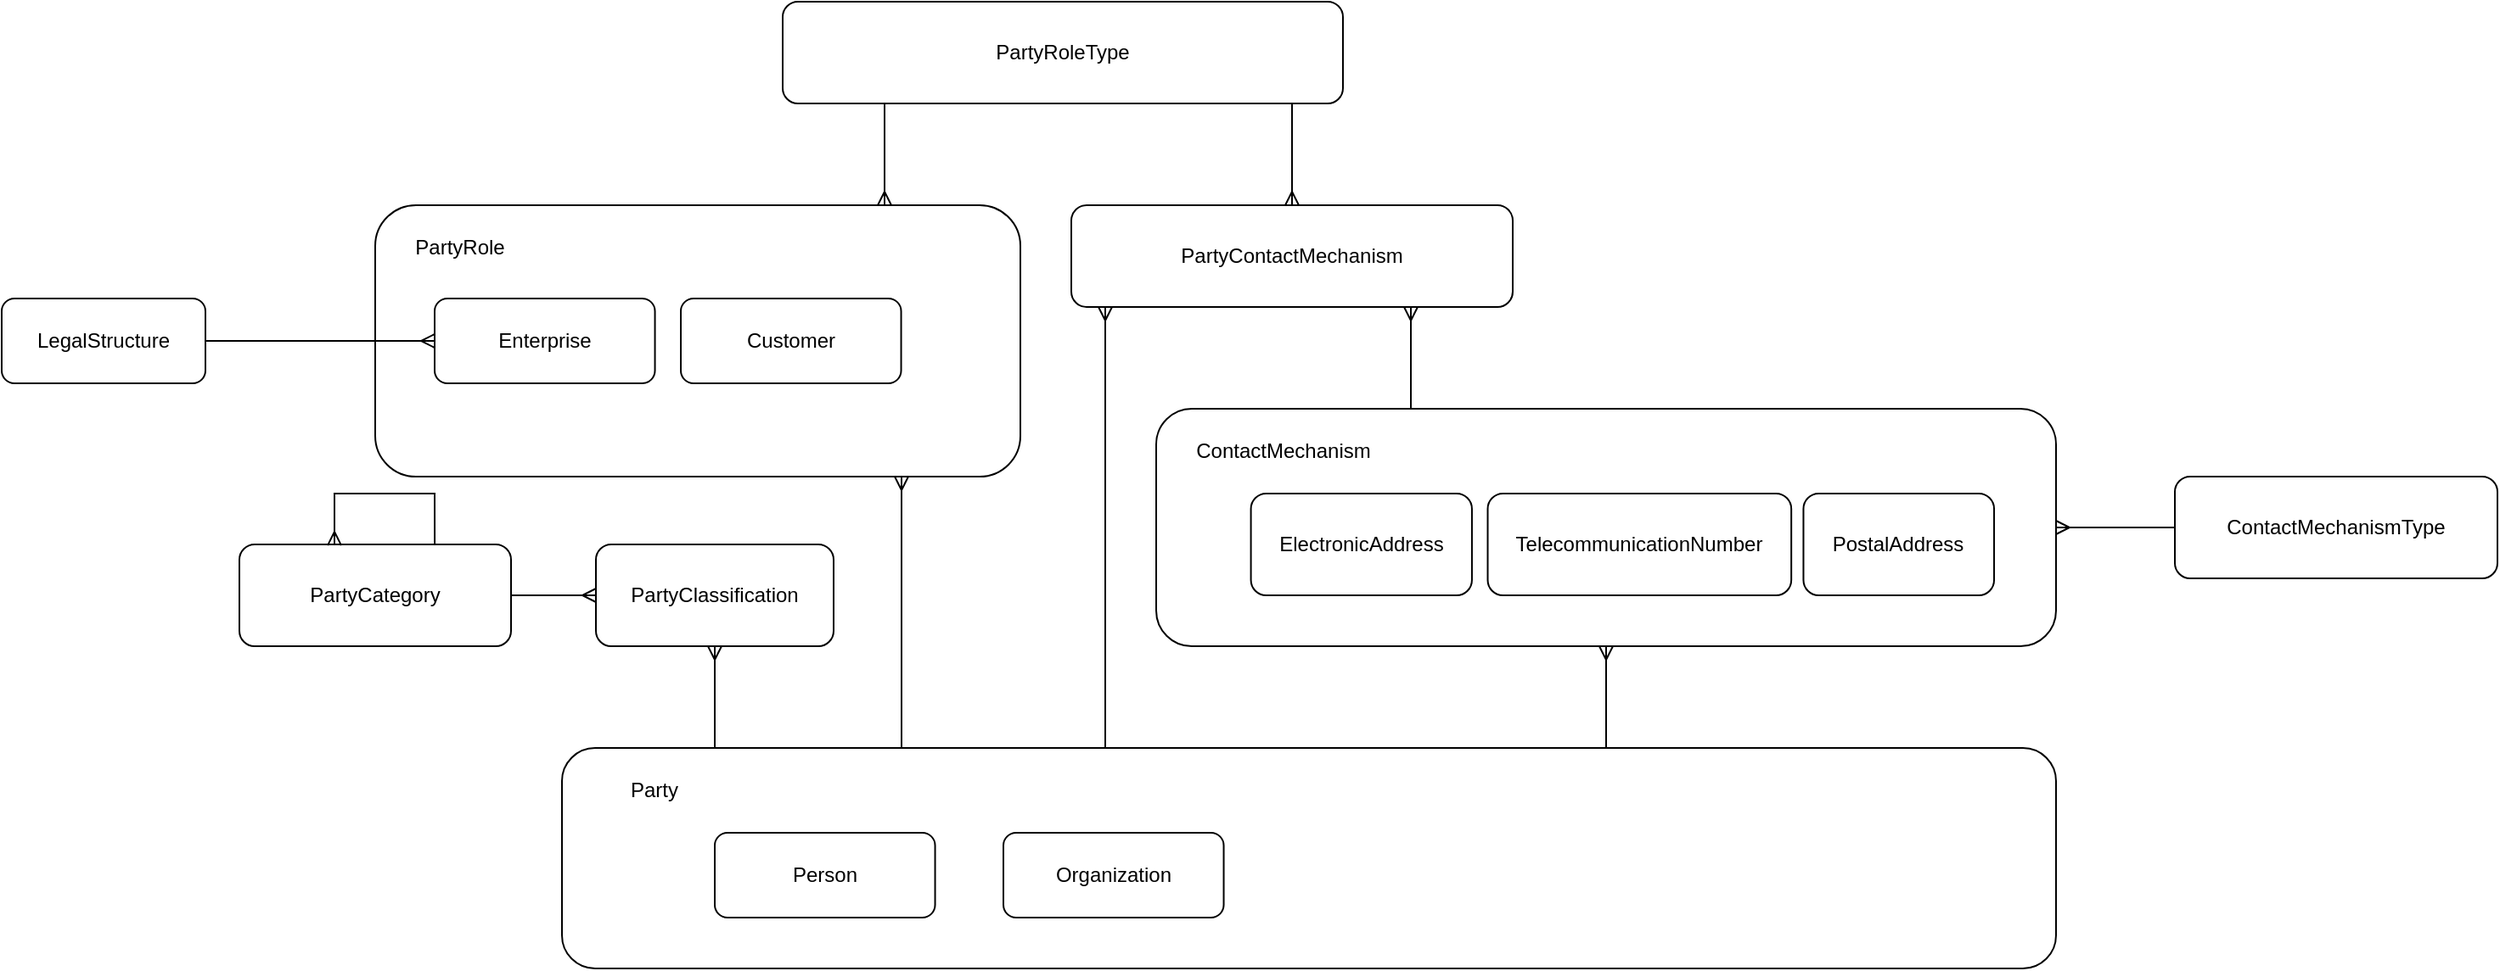
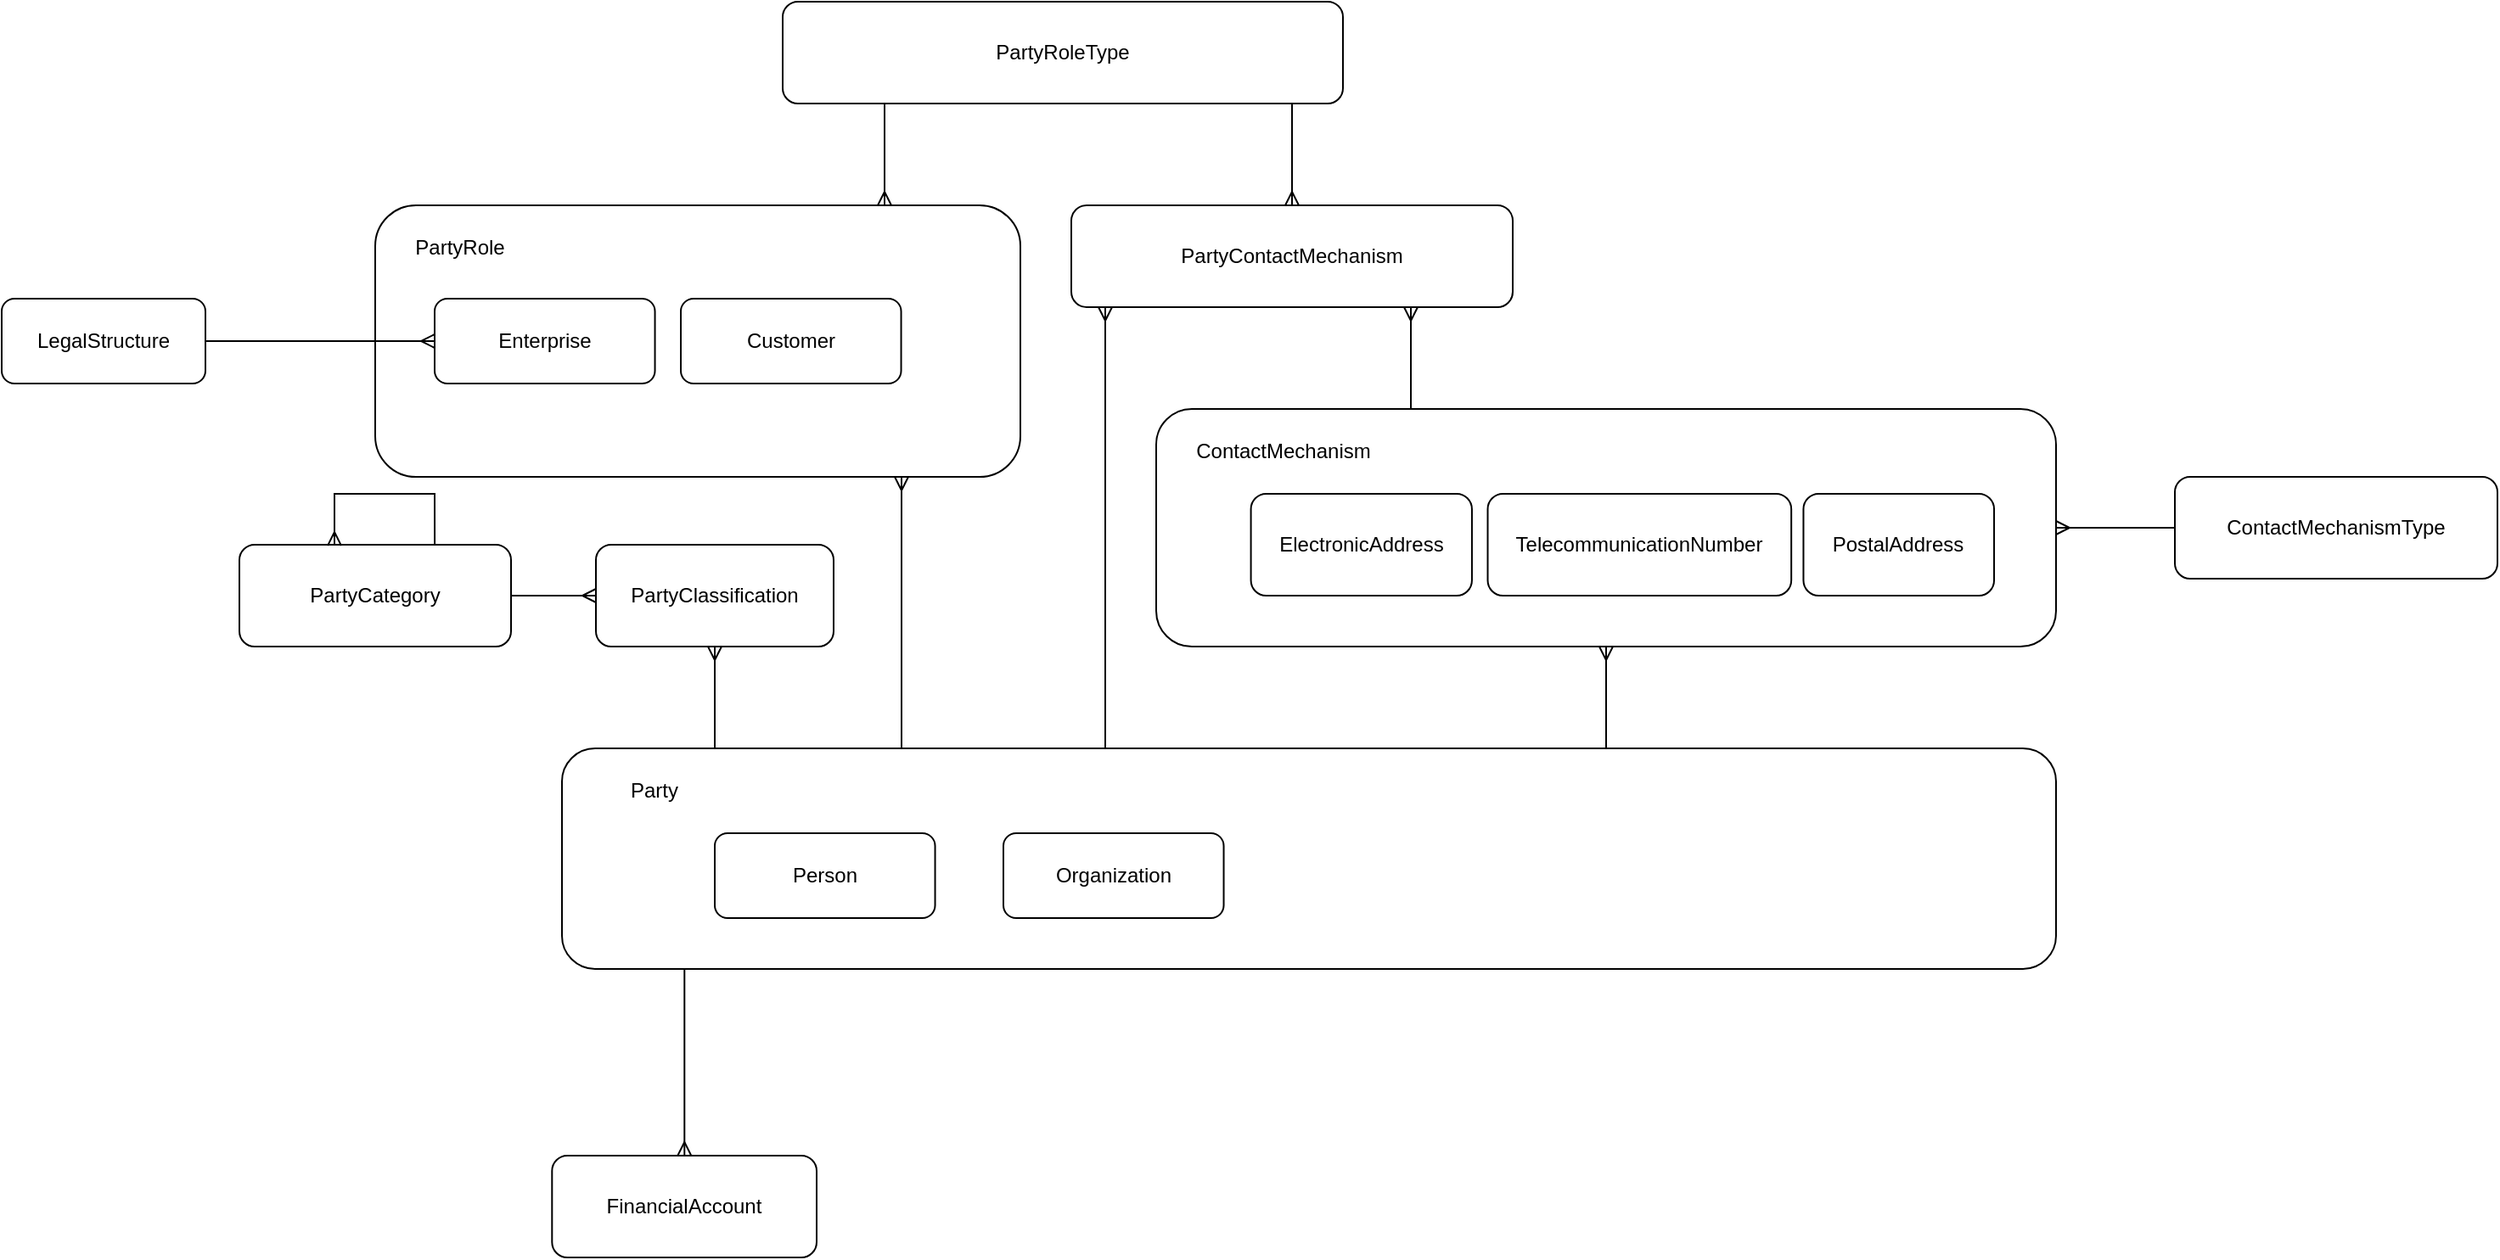
<mxfile host="app.diagrams.net" agent="Mozilla/5.0 (Windows NT 10.0; Win64; x64) AppleWebKit/537.36 (KHTML, like Gecko) Chrome/141.0.0.0 Safari/537.36" version="28.2.9">
  <diagram name="Page-1" id="d0nJ6Fx9cUZLMqGtfM0H">
-     <mxGraphModel dx="2339" dy="1989" grid="1" gridSize="10" guides="1" tooltips="1" connect="1" arrows="1" fold="1" page="1" pageScale="1" pageWidth="850" pageHeight="1100" math="0" shadow="0">
+     <mxGraphModel dx="2076" dy="1832" grid="1" gridSize="10" guides="1" tooltips="1" connect="1" arrows="1" fold="1" page="1" pageScale="1" pageWidth="850" pageHeight="1100" math="0" shadow="0">
      <root>
        <mxCell id="0" />
        <mxCell id="1" parent="0" />
        <mxCell id="tdPrWEJd15tEannaNgth-4" style="edgeStyle=orthogonalEdgeStyle;rounded=0;orthogonalLoop=1;jettySize=auto;html=1;startArrow=ERmany;startFill=0;endArrow=none;endFill=0;" edge="1" parent="1" source="tdPrWEJd15tEannaNgth-2" target="tdPrWEJd15tEannaNgth-3">
          <mxGeometry relative="1" as="geometry" />
        </mxCell>
        <mxCell id="tdPrWEJd15tEannaNgth-3" value="ContactMechanismType" style="rounded=1;whiteSpace=wrap;html=1;" vertex="1" parent="1">
          <mxGeometry x="600" y="250" width="190" height="60" as="geometry" />
        </mxCell>
        <mxCell id="tdPrWEJd15tEannaNgth-13" value="PartyRoleType" style="rounded=1;whiteSpace=wrap;html=1;" vertex="1" parent="1">
          <mxGeometry x="-220" y="-30" width="330" height="60" as="geometry" />
        </mxCell>
        <mxCell id="tdPrWEJd15tEannaNgth-14" style="edgeStyle=orthogonalEdgeStyle;rounded=0;orthogonalLoop=1;jettySize=auto;html=1;startArrow=ERmany;startFill=0;endArrow=none;endFill=0;" edge="1" parent="1" source="tdPrWEJd15tEannaNgth-15" target="tdPrWEJd15tEannaNgth-13">
          <mxGeometry relative="1" as="geometry">
            <mxPoint x="730" y="420" as="sourcePoint" />
            <mxPoint x="730" y="340" as="targetPoint" />
            <Array as="points">
              <mxPoint x="50" y="20" />
              <mxPoint x="50" y="20" />
            </Array>
          </mxGeometry>
        </mxCell>
        <mxCell id="tdPrWEJd15tEannaNgth-15" value="PartyContactMechanism" style="rounded=1;whiteSpace=wrap;html=1;" vertex="1" parent="1">
          <mxGeometry x="-50" y="90" width="260" height="60" as="geometry" />
        </mxCell>
        <mxCell id="tdPrWEJd15tEannaNgth-18" style="edgeStyle=orthogonalEdgeStyle;rounded=0;orthogonalLoop=1;jettySize=auto;html=1;startArrow=ERmany;startFill=0;endArrow=none;endFill=0;" edge="1" parent="1" source="tdPrWEJd15tEannaNgth-15">
          <mxGeometry relative="1" as="geometry">
            <mxPoint x="-30.00117647058829" y="130" as="sourcePoint" />
            <mxPoint x="-30.00117647058829" y="410" as="targetPoint" />
            <Array as="points">
              <mxPoint x="-30" y="210" />
              <mxPoint x="-30" y="210" />
            </Array>
          </mxGeometry>
        </mxCell>
        <mxCell id="tdPrWEJd15tEannaNgth-19" value="" style="group" vertex="1" connectable="0" parent="1">
          <mxGeometry y="210" width="530" height="140" as="geometry" />
        </mxCell>
        <mxCell id="tdPrWEJd15tEannaNgth-2" value="" style="rounded=1;whiteSpace=wrap;html=1;" vertex="1" parent="tdPrWEJd15tEannaNgth-19">
          <mxGeometry width="530" height="140" as="geometry" />
        </mxCell>
        <mxCell id="tdPrWEJd15tEannaNgth-5" value="ElectronicAddress" style="rounded=1;whiteSpace=wrap;html=1;" vertex="1" parent="tdPrWEJd15tEannaNgth-19">
          <mxGeometry x="55.78947368421052" y="50" width="130.17543859649123" height="60" as="geometry" />
        </mxCell>
        <mxCell id="tdPrWEJd15tEannaNgth-6" value="TelecommunicationNumber" style="rounded=1;whiteSpace=wrap;html=1;" vertex="1" parent="tdPrWEJd15tEannaNgth-19">
          <mxGeometry x="195.26315789473682" y="50" width="178.81456140350878" height="60" as="geometry" />
        </mxCell>
        <mxCell id="tdPrWEJd15tEannaNgth-7" value="ContactMechanism" style="text;html=1;whiteSpace=wrap;strokeColor=none;fillColor=none;align=center;verticalAlign=middle;rounded=0;" vertex="1" parent="tdPrWEJd15tEannaNgth-19">
          <mxGeometry x="27.896882591093107" y="10" width="94.41295546558705" height="30" as="geometry" />
        </mxCell>
        <mxCell id="tdPrWEJd15tEannaNgth-8" value="PostalAddress" style="rounded=1;whiteSpace=wrap;html=1;" vertex="1" parent="tdPrWEJd15tEannaNgth-19">
          <mxGeometry x="381.2280701754386" y="50" width="112.29491228070175" height="60" as="geometry" />
        </mxCell>
        <mxCell id="tdPrWEJd15tEannaNgth-20" style="edgeStyle=orthogonalEdgeStyle;rounded=0;orthogonalLoop=1;jettySize=auto;html=1;startArrow=ERmany;startFill=0;endArrow=none;endFill=0;" edge="1" parent="1" source="tdPrWEJd15tEannaNgth-15" target="tdPrWEJd15tEannaNgth-2">
          <mxGeometry relative="1" as="geometry">
            <mxPoint x="370" y="120" as="sourcePoint" />
            <mxPoint x="370" y="430" as="targetPoint" />
            <Array as="points">
              <mxPoint x="150" y="160" />
              <mxPoint x="150" y="160" />
            </Array>
          </mxGeometry>
        </mxCell>
        <mxCell id="tdPrWEJd15tEannaNgth-21" style="edgeStyle=orthogonalEdgeStyle;rounded=0;orthogonalLoop=1;jettySize=auto;html=1;startArrow=ERmany;startFill=0;endArrow=none;endFill=0;" edge="1" parent="1" source="tdPrWEJd15tEannaNgth-2" target="tdPrWEJd15tEannaNgth-1">
          <mxGeometry relative="1" as="geometry">
            <mxPoint x="240" y="400" as="sourcePoint" />
            <mxPoint x="240" y="470" as="targetPoint" />
            <Array as="points">
              <mxPoint x="305" y="420" />
              <mxPoint x="305" y="420" />
            </Array>
          </mxGeometry>
        </mxCell>
        <mxCell id="tdPrWEJd15tEannaNgth-22" value="LegalStructure" style="rounded=1;whiteSpace=wrap;html=1;" vertex="1" parent="1">
          <mxGeometry x="-680" y="145" width="120" height="50" as="geometry" />
        </mxCell>
        <mxCell id="tdPrWEJd15tEannaNgth-27" value="PartyClassification" style="rounded=1;whiteSpace=wrap;html=1;" vertex="1" parent="1">
          <mxGeometry x="-330" y="290" width="140" height="60" as="geometry" />
        </mxCell>
        <mxCell id="tdPrWEJd15tEannaNgth-28" value="PartyCategory" style="rounded=1;whiteSpace=wrap;html=1;" vertex="1" parent="1">
          <mxGeometry x="-540" y="290" width="160" height="60" as="geometry" />
        </mxCell>
        <mxCell id="tdPrWEJd15tEannaNgth-31" style="edgeStyle=orthogonalEdgeStyle;rounded=0;orthogonalLoop=1;jettySize=auto;html=1;startArrow=ERmany;startFill=0;endArrow=none;endFill=0;" edge="1" parent="1" source="tdPrWEJd15tEannaNgth-27" target="tdPrWEJd15tEannaNgth-1">
          <mxGeometry relative="1" as="geometry">
            <mxPoint x="-260" y="180" as="sourcePoint" />
            <mxPoint x="-260" y="250" as="targetPoint" />
            <Array as="points">
              <mxPoint x="-260" y="370" />
              <mxPoint x="-260" y="370" />
            </Array>
          </mxGeometry>
        </mxCell>
        <mxCell id="tdPrWEJd15tEannaNgth-32" style="edgeStyle=orthogonalEdgeStyle;rounded=0;orthogonalLoop=1;jettySize=auto;html=1;startArrow=ERmany;startFill=0;endArrow=none;endFill=0;" edge="1" parent="1" source="tdPrWEJd15tEannaNgth-27" target="tdPrWEJd15tEannaNgth-28">
          <mxGeometry relative="1" as="geometry">
            <mxPoint x="-230" y="200" as="sourcePoint" />
            <mxPoint x="-230" y="270" as="targetPoint" />
            <Array as="points" />
          </mxGeometry>
        </mxCell>
        <mxCell id="tdPrWEJd15tEannaNgth-33" style="edgeStyle=orthogonalEdgeStyle;rounded=0;orthogonalLoop=1;jettySize=auto;html=1;startArrow=ERmany;startFill=0;endArrow=none;endFill=0;exitX=0.35;exitY=0.009;exitDx=0;exitDy=0;exitPerimeter=0;entryX=0.719;entryY=0;entryDx=0;entryDy=0;entryPerimeter=0;" edge="1" parent="1" source="tdPrWEJd15tEannaNgth-28" target="tdPrWEJd15tEannaNgth-28">
          <mxGeometry relative="1" as="geometry">
            <mxPoint x="-485" y="280" as="sourcePoint" />
            <mxPoint x="-425" y="280" as="targetPoint" />
            <Array as="points">
              <mxPoint x="-484" y="260" />
              <mxPoint x="-425" y="260" />
            </Array>
          </mxGeometry>
        </mxCell>
        <mxCell id="tdPrWEJd15tEannaNgth-35" value="" style="rounded=1;whiteSpace=wrap;html=1;" vertex="1" parent="1">
          <mxGeometry x="-460" y="90" width="380" height="160" as="geometry" />
        </mxCell>
        <mxCell id="tdPrWEJd15tEannaNgth-37" style="edgeStyle=orthogonalEdgeStyle;rounded=0;orthogonalLoop=1;jettySize=auto;html=1;startArrow=ERmany;startFill=0;endArrow=none;endFill=0;" edge="1" parent="1" source="tdPrWEJd15tEannaNgth-35" target="tdPrWEJd15tEannaNgth-1">
          <mxGeometry relative="1" as="geometry">
            <mxPoint x="-130" y="350" as="sourcePoint" />
            <mxPoint x="-130" y="420" as="targetPoint" />
            <Array as="points">
              <mxPoint x="-150" y="260" />
              <mxPoint x="-150" y="260" />
            </Array>
          </mxGeometry>
        </mxCell>
        <mxCell id="tdPrWEJd15tEannaNgth-38" style="edgeStyle=orthogonalEdgeStyle;rounded=0;orthogonalLoop=1;jettySize=auto;html=1;startArrow=ERmany;startFill=0;endArrow=none;endFill=0;" edge="1" parent="1" source="tdPrWEJd15tEannaNgth-35" target="tdPrWEJd15tEannaNgth-13">
          <mxGeometry relative="1" as="geometry">
            <mxPoint x="-150" y="160" as="sourcePoint" />
            <mxPoint x="-150" y="10" as="targetPoint" />
            <Array as="points">
              <mxPoint x="-160" y="50" />
              <mxPoint x="-160" y="50" />
            </Array>
          </mxGeometry>
        </mxCell>
        <mxCell id="tdPrWEJd15tEannaNgth-1" value="" style="rounded=1;whiteSpace=wrap;html=1;" vertex="1" parent="1">
          <mxGeometry x="-350" y="410" width="880" height="130" as="geometry" />
        </mxCell>
        <mxCell id="tdPrWEJd15tEannaNgth-9" value="Party" style="text;html=1;whiteSpace=wrap;strokeColor=none;fillColor=none;align=center;verticalAlign=middle;rounded=0;" vertex="1" parent="1">
          <mxGeometry x="-336.46153846153845" y="420" width="81.23076923076923" height="30" as="geometry" />
        </mxCell>
        <mxCell id="tdPrWEJd15tEannaNgth-17" value="Enterprise" style="rounded=1;whiteSpace=wrap;html=1;" vertex="1" parent="1">
          <mxGeometry x="-424.99999999999994" y="145" width="129.77" height="50" as="geometry" />
        </mxCell>
        <mxCell id="tdPrWEJd15tEannaNgth-40" value="PartyRole" style="text;html=1;whiteSpace=wrap;strokeColor=none;fillColor=none;align=center;verticalAlign=middle;rounded=0;" vertex="1" parent="1">
          <mxGeometry x="-440" y="100" width="60" height="30" as="geometry" />
        </mxCell>
        <mxCell id="tdPrWEJd15tEannaNgth-42" style="edgeStyle=orthogonalEdgeStyle;rounded=0;orthogonalLoop=1;jettySize=auto;html=1;startArrow=ERmany;startFill=0;endArrow=none;endFill=0;" edge="1" parent="1" source="tdPrWEJd15tEannaNgth-17" target="tdPrWEJd15tEannaNgth-22">
          <mxGeometry relative="1" as="geometry">
            <mxPoint x="-90" y="310" as="sourcePoint" />
            <mxPoint x="-90" y="470" as="targetPoint" />
            <Array as="points" />
          </mxGeometry>
        </mxCell>
        <mxCell id="tdPrWEJd15tEannaNgth-43" value="Customer" style="rounded=1;whiteSpace=wrap;html=1;" vertex="1" parent="1">
          <mxGeometry x="-280" y="145" width="129.77" height="50" as="geometry" />
        </mxCell>
        <mxCell id="tdPrWEJd15tEannaNgth-44" value="Person" style="rounded=1;whiteSpace=wrap;html=1;" vertex="1" parent="1">
          <mxGeometry x="-260" y="460" width="129.77" height="50" as="geometry" />
        </mxCell>
        <mxCell id="tdPrWEJd15tEannaNgth-45" value="Organization" style="rounded=1;whiteSpace=wrap;html=1;" vertex="1" parent="1">
          <mxGeometry x="-90" y="460" width="129.77" height="50" as="geometry" />
        </mxCell>
+         <mxCell id="tdPrWEJd15tEannaNgth-46" value="FinancialAccount" style="rounded=1;whiteSpace=wrap;html=1;" vertex="1" parent="1">
+           <mxGeometry x="-355.85" y="650" width="155.85" height="60" as="geometry" />
+         </mxCell>
+         <mxCell id="tdPrWEJd15tEannaNgth-47" style="edgeStyle=orthogonalEdgeStyle;rounded=0;orthogonalLoop=1;jettySize=auto;html=1;startArrow=ERmany;startFill=0;endArrow=none;endFill=0;" edge="1" parent="1" source="tdPrWEJd15tEannaNgth-46" target="tdPrWEJd15tEannaNgth-1">
+           <mxGeometry relative="1" as="geometry">
+             <mxPoint x="-80" y="670" as="sourcePoint" />
+             <mxPoint x="-80" y="730" as="targetPoint" />
+             <Array as="points">
+               <mxPoint x="-278" y="610" />
+               <mxPoint x="-278" y="610" />
+             </Array>
+           </mxGeometry>
+         </mxCell>
      </root>
    </mxGraphModel>
  </diagram>
</mxfile>
